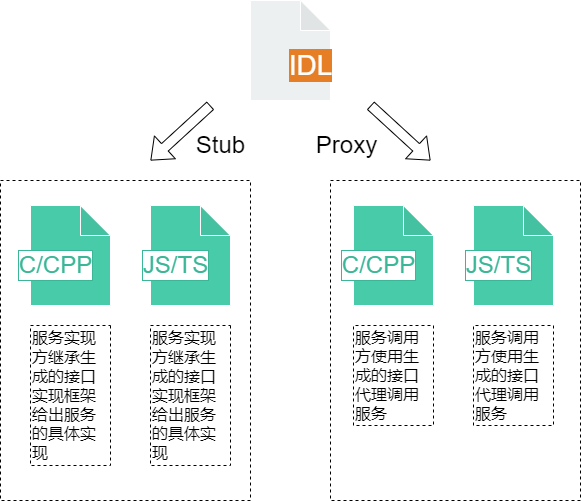
Above: figures/IDL-interface-description.png in eclipse-oniro-mirrors/ability_idl_tool (draw.io), before the change. Source tidied: cells renumbered, new cells last; positions are measured from the earlier drawing's top-left corner, leaving out a move shared by most shapes.
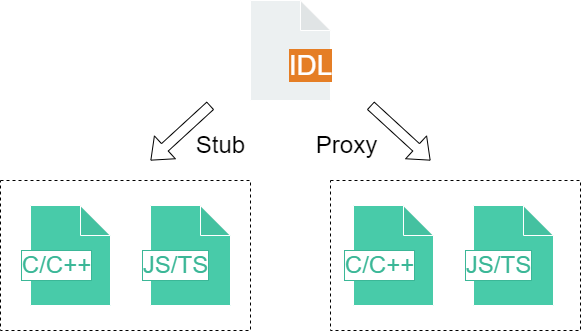
The same file after the commit.

Commit message:
IssueNo:#I5C49D Description:更新代码及readme文档 Sig:SIG_ApplicationFramework Feature or Bugfix: Feature Binary Source: No

What changed in the source:
```diff
@@ -27,7 +27,7 @@
       <mxGeometry x="306" y="135" width="80" height="20" as="geometry" />
     </mxCell>
     <mxCell id="8" style="rounded=0;whiteSpace=wrap;html=1;fontSize=24;dashed=1;strokeWidth=1;strokeColor=#000000;" parent="1" vertex="1">
-      <mxGeometry y="180" width="250" height="320" as="geometry" />
+      <mxGeometry y="180" width="250" height="150" as="geometry" />
     </mxCell>
     <mxCell id="9" style="shape=note;whiteSpace=wrap;html=1;backgroundOutline=1;darkOpacity=0.05;shadow=0;dashed=0;labelBackgroundColor=#48CBA9;labelBorderColor=#99CCFF;sketch=0;fontFamily=Helvetica;fontSize=12;fontColor=#ECF0F1;strokeColor=#FFFFFF;fillColor=#48CBA9;" parent="1" vertex="1">
       <mxGeometry x="30" y="205" width="80" height="100" as="geometry" />
@@ -35,20 +35,14 @@
     <mxCell id="10" style="shape=note;whiteSpace=wrap;html=1;backgroundOutline=1;darkOpacity=0.05;shadow=0;dashed=0;labelBackgroundColor=#ECF0F1;labelBorderColor=#99CCFF;sketch=0;fontFamily=Helvetica;fontSize=12;fontColor=#ECF0F1;strokeColor=#FFFFFF;fillColor=#48CBA9;" parent="1" vertex="1">
       <mxGeometry x="150" y="205" width="80" height="100" as="geometry" />
     </mxCell>
-    <mxCell id="11" value="&lt;font style=&quot;font-size: 24px;&quot; color=&quot;#3bb797&quot;&gt;C/CPP&lt;/font&gt;" style="text;html=1;align=center;verticalAlign=middle;fillColor=none;strokeColor=none;rounded=0;labelBackgroundColor=#FFFFFF;fontColor=#FFFFFF;labelBorderColor=#3BB797;" parent="1" vertex="1">
-      <mxGeometry x="10" y="255" width="90" height="20" as="geometry" />
+    <mxCell id="11" value="&lt;font style=&quot;font-size: 24px;&quot; color=&quot;#3bb797&quot;&gt;C/C++&lt;/font&gt;" style="text;html=1;align=center;verticalAlign=middle;fillColor=none;strokeColor=none;rounded=0;labelBackgroundColor=#FFFFFF;fontColor=#FFFFFF;labelBorderColor=#3BB797;" parent="1" vertex="1">
+      <mxGeometry x="16" y="254" width="79" height="22" as="geometry" />
     </mxCell>
     <mxCell id="12" value="&lt;font style=&quot;font-size: 24px&quot; color=&quot;#3bb797&quot;&gt;JS/TS&lt;/font&gt;" style="text;html=1;align=center;verticalAlign=middle;fillColor=none;strokeColor=none;rounded=0;labelBackgroundColor=#FFFFFF;fontColor=#FFFFFF;labelBorderColor=#3BB797;" parent="1" vertex="1">
       <mxGeometry x="135" y="255" width="80" height="20" as="geometry" />
     </mxCell>
-    <mxCell id="13" value="服务实现方继承生成的接口实现框架给出服务的具体实现" style="rounded=0;whiteSpace=wrap;html=1;shadow=0;dashed=1;labelBackgroundColor=#FFFFFF;labelBorderColor=none;sketch=0;fontFamily=Helvetica;fontSize=16;fontColor=#000000;strokeColor=#000000;fillColor=#FFFFFF;direction=south;align=left;" parent="1" vertex="1">
-      <mxGeometry x="30" y="325" width="80" height="140" as="geometry" />
-    </mxCell>
-    <mxCell id="14" value="服务实现方继承生成的接口实现框架给出服务的具体实现" style="rounded=0;whiteSpace=wrap;html=1;shadow=0;dashed=1;labelBackgroundColor=#FFFFFF;labelBorderColor=none;sketch=0;fontFamily=Helvetica;fontSize=16;fontColor=#000000;strokeColor=#000000;fillColor=#FFFFFF;direction=south;align=left;" parent="1" vertex="1">
-      <mxGeometry x="150" y="325" width="80" height="140" as="geometry" />
-    </mxCell>
     <mxCell id="15" style="rounded=0;whiteSpace=wrap;html=1;fontSize=24;dashed=1;strokeWidth=1;strokeColor=#000000;" parent="1" vertex="1">
-      <mxGeometry x="330" y="180" width="250" height="320" as="geometry" />
+      <mxGeometry x="330" y="180" width="250" height="150" as="geometry" />
     </mxCell>
     <mxCell id="16" style="shape=note;whiteSpace=wrap;html=1;backgroundOutline=1;darkOpacity=0.05;shadow=0;dashed=0;labelBackgroundColor=#ECF0F1;labelBorderColor=#99CCFF;sketch=0;fontFamily=Helvetica;fontSize=12;fontColor=#ECF0F1;strokeColor=#FFFFFF;fillColor=#48CBA9;" parent="1" vertex="1">
       <mxGeometry x="353" y="205" width="80" height="100" as="geometry" />
@@ -59,14 +53,8 @@
     <mxCell id="18" value="&lt;font style=&quot;font-size: 24px&quot; color=&quot;#3bb797&quot;&gt;JS/TS&lt;/font&gt;" style="text;html=1;align=center;verticalAlign=middle;fillColor=none;strokeColor=none;rounded=0;labelBackgroundColor=#FFFFFF;fontColor=#FFFFFF;labelBorderColor=#3BB797;" parent="1" vertex="1">
       <mxGeometry x="458" y="255" width="80" height="20" as="geometry" />
     </mxCell>
-    <mxCell id="19" value="&lt;font style=&quot;font-size: 24px;&quot; color=&quot;#3bb797&quot;&gt;C/CPP&lt;/font&gt;" style="text;html=1;align=center;verticalAlign=middle;fillColor=none;strokeColor=none;rounded=0;labelBackgroundColor=#FFFFFF;fontColor=#FFFFFF;labelBorderColor=#3BB797;" parent="1" vertex="1">
-      <mxGeometry x="333" y="255" width="90" height="20" as="geometry" />
+    <mxCell id="19" value="&lt;font style=&quot;font-size: 24px;&quot; color=&quot;#3bb797&quot;&gt;C/C&lt;/font&gt;&lt;span style=&quot;color: rgb(59, 183, 151); font-size: 24px;&quot;&gt;++&lt;/span&gt;" style="text;html=1;align=center;verticalAlign=middle;fillColor=none;strokeColor=none;rounded=0;labelBackgroundColor=#FFFFFF;fontColor=#FFFFFF;labelBorderColor=#3BB797;" parent="1" vertex="1">
+      <mxGeometry x="339" y="254" width="79" height="22" as="geometry" />
     </mxCell>
-    <mxCell id="20" value="服务调用方使用生成的接口代理调用服务" style="rounded=0;whiteSpace=wrap;html=1;shadow=0;dashed=1;labelBackgroundColor=#FFFFFF;labelBorderColor=none;sketch=0;fontFamily=Helvetica;fontSize=16;fontColor=#000000;strokeColor=#000000;fillColor=#FFFFFF;direction=south;align=left;" parent="1" vertex="1">
-      <mxGeometry x="353" y="325" width="80" height="100" as="geometry" />
-    </mxCell>
-    <mxCell id="21" value="服务调用方使用生成的接口代理调用服务" style="rounded=0;whiteSpace=wrap;html=1;shadow=0;dashed=1;labelBackgroundColor=#FFFFFF;labelBorderColor=none;sketch=0;fontFamily=Helvetica;fontSize=16;fontColor=#000000;strokeColor=#000000;fillColor=#FFFFFF;direction=south;align=left;" parent="1" vertex="1">
-      <mxGeometry x="473" y="325" width="80" height="100" as="geometry" />
-    </mxCell>
   </root>
 </mxGraphModel>
```
